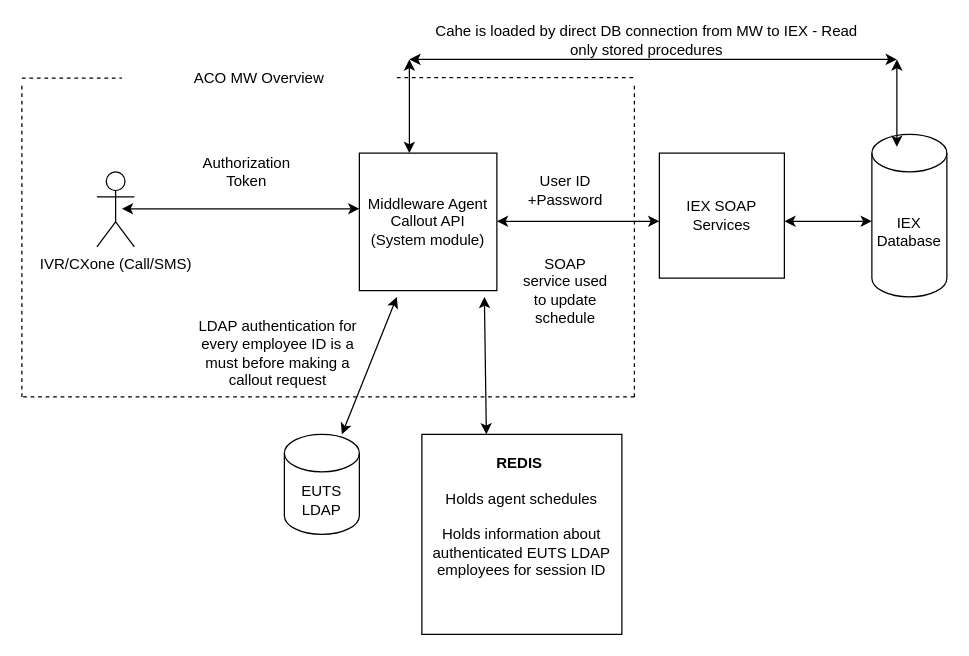
Earlier version of the draw.io diagram ACO MW.drawio (anshuldevmehta/RandomDiagrams). Source tidied: cells renumbered, new cells numbered last; positions are measured from the earlier drawing's top-left corner, leaving out a move shared by most shapes. Both pictures are drawn from the tidied source at 125%, with x=0, y=0 at pixel (21, 21).
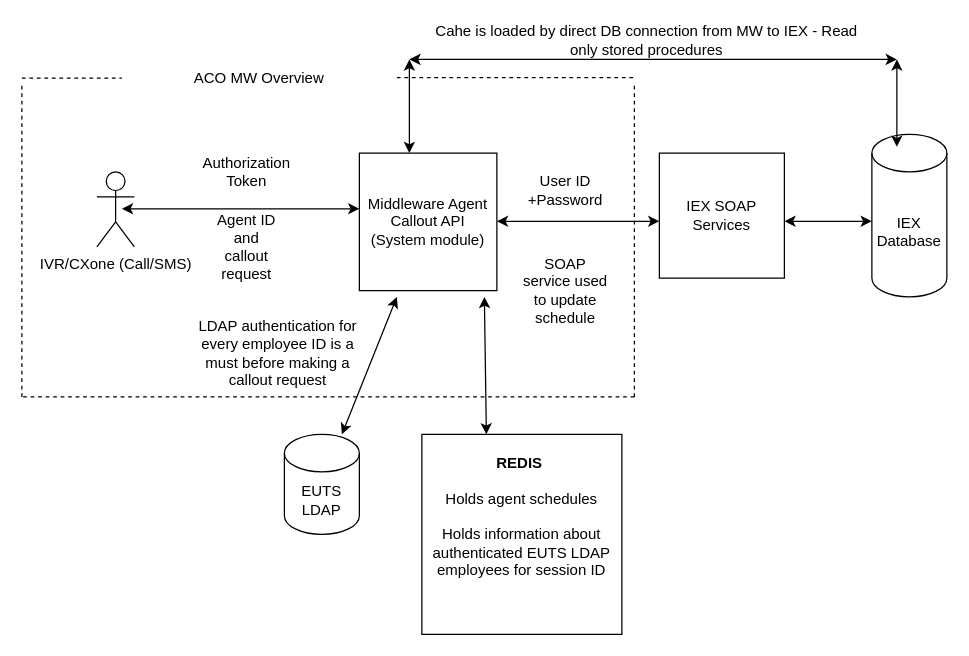
The same diagram, later.

The edit, as a diff of the source:
```diff
@@
+    <mxCell id="27" value="Agent ID and callout request" style="text;html=1;strokeColor=none;fillColor=none;align=center;verticalAlign=middle;whiteSpace=wrap;rounded=0;" parent="1" vertex="1">
+      <mxGeometry x="150" y="160" width="60" height="40" as="geometry" />
+    </mxCell>
```
